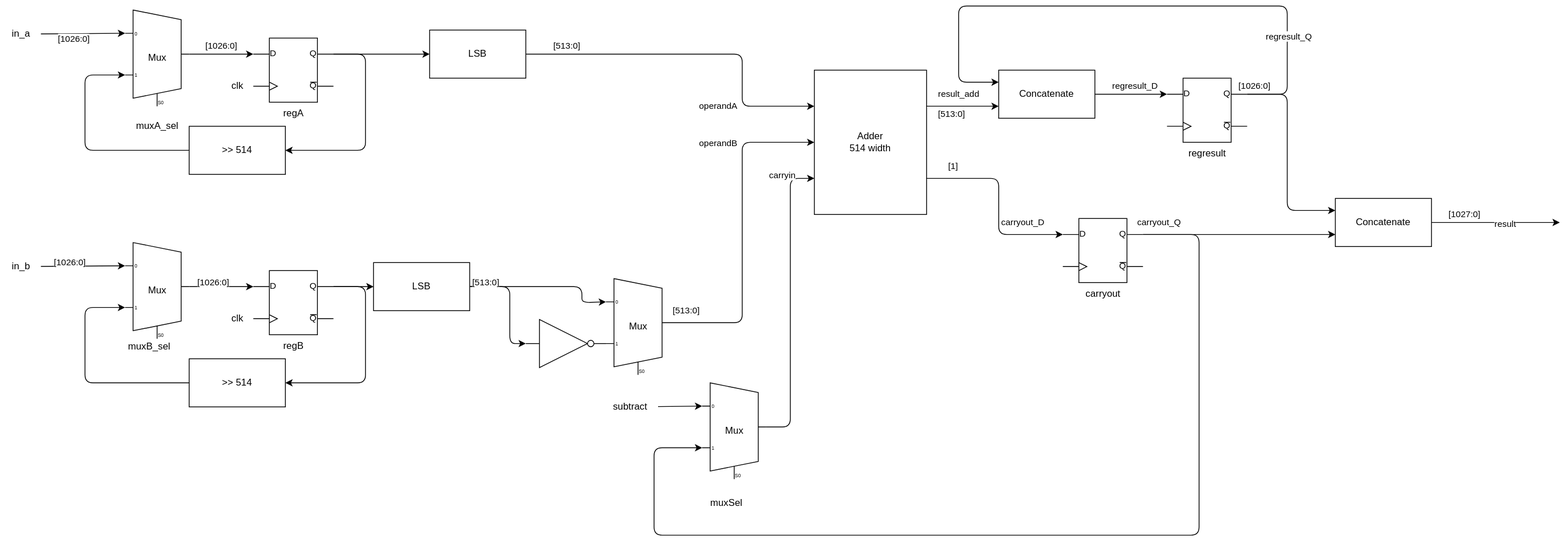
This is report/adder.svg from Tfloow/Montgomery, a draw.io export, as it was before one commit. Source tidied: cells renumbered, new cells last; positions are measured from the earlier drawing's top-left corner, leaving out a move shared by most shapes.
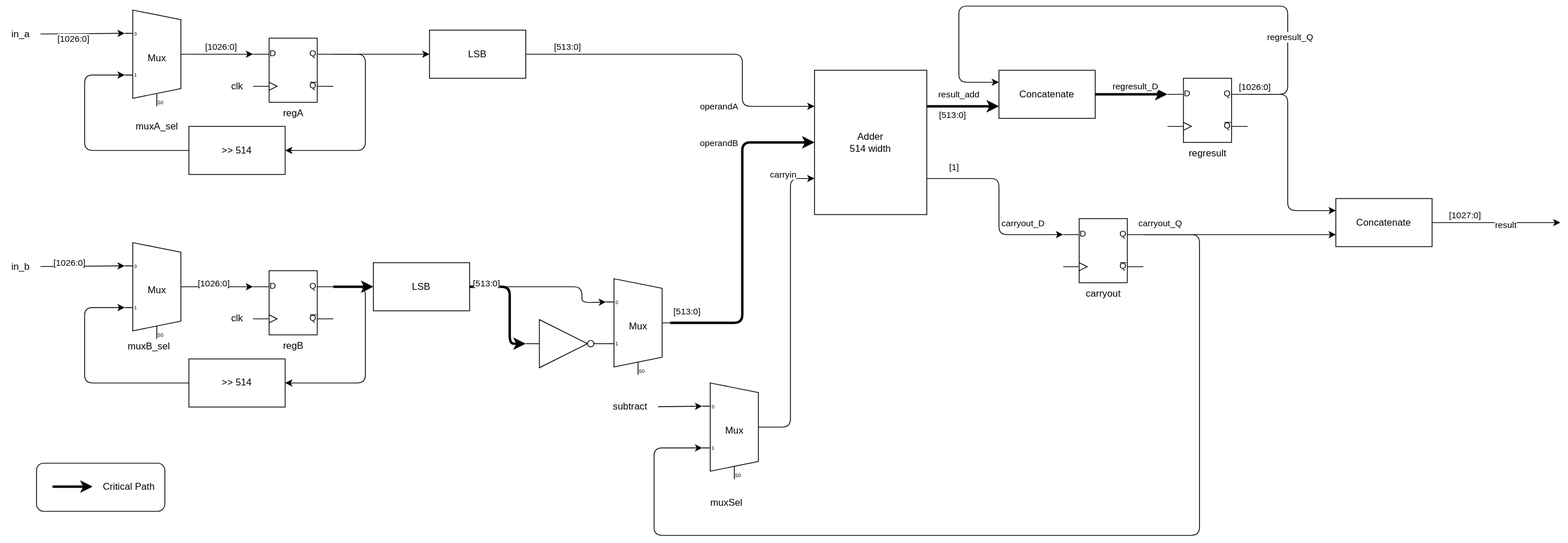
The same diagram one commit later.

Diff of the diagram source:
```diff
@@ -69,7 +69,7 @@
     <mxCell id="16" value="LSB" style="whiteSpace=wrap;html=1;" parent="1" vertex="1">
       <mxGeometry x="535" y="30" width="120" height="60" as="geometry" />
     </mxCell>
-    <mxCell id="17" value="result_add" style="edgeStyle=none;html=1;exitX=1;exitY=0.25;exitDx=0;exitDy=0;entryX=0;entryY=0.75;entryDx=0;entryDy=0;" parent="1" edge="1" source="22" target="26">
+    <mxCell id="17" value="result_add" style="edgeStyle=none;html=1;exitX=1;exitY=0.25;exitDx=0;exitDy=0;entryX=0;entryY=0.75;entryDx=0;entryDy=0;strokeWidth=3;" parent="1" edge="1" source="22" target="26">
       <mxGeometry x="-0.11" y="15" relative="1" as="geometry" />
     </mxCell>
     <mxCell id="18" value="[513:0]" style="edgeLabel;html=1;align=center;verticalAlign=middle;" parent="17" vertex="1">
@@ -98,7 +98,7 @@
     <mxCell id="22" value="Adder&lt;br&gt;514 width" style="whiteSpace=wrap;html=1;" parent="1" vertex="1">
       <mxGeometry x="1015" y="80" width="140" height="180" as="geometry" />
     </mxCell>
-    <mxCell id="23" value="regresult_D" style="edgeStyle=none;html=1;entryX=0;entryY=0.25;entryDx=0;entryDy=0;entryPerimeter=0;" parent="1" edge="1" source="26" target="29">
+    <mxCell id="23" value="regresult_D" style="edgeStyle=none;html=1;entryX=0;entryY=0.25;entryDx=0;entryDy=0;entryPerimeter=0;strokeWidth=3;" parent="1" edge="1" source="26" target="29">
       <mxGeometry x="0.11" y="10" relative="1" as="geometry" />
     </mxCell>
     <mxCell id="24" style="edgeStyle=none;html=1;entryX=0;entryY=0.25;entryDx=0;entryDy=0;exitX=1;exitY=0.25;exitDx=0;exitDy=0;exitPerimeter=0;" parent="1" edge="1" source="29" target="26">
@@ -189,7 +189,7 @@
         </Array>
       </mxGeometry>
     </mxCell>
-    <mxCell id="42" style="edgeStyle=none;html=1;exitX=1;exitY=0.25;exitDx=0;exitDy=0;exitPerimeter=0;entryX=0;entryY=0.5;entryDx=0;entryDy=0;" parent="1" edge="1" source="43" target="53">
+    <mxCell id="42" style="edgeStyle=none;html=1;exitX=1;exitY=0.25;exitDx=0;exitDy=0;exitPerimeter=0;entryX=0;entryY=0.5;entryDx=0;entryDy=0;strokeWidth=3;" parent="1" edge="1" source="43" target="53">
       <mxGeometry relative="1" as="geometry" />
     </mxCell>
     <mxCell id="43" value="regB" style="verticalLabelPosition=bottom;shadow=0;dashed=0;align=center;html=1;verticalAlign=top;shape=mxgraph.electrical.logic_gates.d_type_flip-flop;" parent="1" vertex="1">
@@ -220,7 +220,7 @@
     <mxCell id="49" value="clk" style="text;html=1;align=center;verticalAlign=middle;strokeColor=none;fillColor=none;" parent="1" vertex="1">
       <mxGeometry x="275" y="375" width="40" height="30" as="geometry" />
     </mxCell>
-    <mxCell id="50" style="edgeStyle=none;html=1;entryX=0;entryY=0.5;entryDx=0;entryDy=0;entryPerimeter=0;exitX=1;exitY=0.5;exitDx=0;exitDy=0;" parent="1" edge="1" source="53" target="54">
+    <mxCell id="50" style="edgeStyle=none;html=1;entryX=0;entryY=0.5;entryDx=0;entryDy=0;entryPerimeter=0;exitX=1;exitY=0.5;exitDx=0;exitDy=0;strokeWidth=3;" parent="1" edge="1" source="53" target="54">
       <mxGeometry relative="1" as="geometry">
         <Array as="points">
           <mxPoint x="635" y="350" />
@@ -247,7 +247,7 @@
     <mxCell id="54" style="verticalLabelPosition=bottom;shadow=0;dashed=0;align=center;html=1;verticalAlign=top;shape=mxgraph.electrical.logic_gates.inverter_2;" parent="1" vertex="1">
       <mxGeometry x="655" y="391" width="100" height="60" as="geometry" />
     </mxCell>
-    <mxCell id="55" style="edgeStyle=none;html=1;exitX=1;exitY=0.5;exitDx=0;exitDy=-5;exitPerimeter=0;entryX=0;entryY=0.5;entryDx=0;entryDy=0;" parent="1" edge="1" source="58" target="22">
+    <mxCell id="55" style="edgeStyle=none;html=1;exitX=1;exitY=0.5;exitDx=0;exitDy=-5;exitPerimeter=0;entryX=0;entryY=0.5;entryDx=0;entryDy=0;strokeWidth=3;" parent="1" edge="1" source="58" target="22">
       <mxGeometry relative="1" as="geometry">
         <Array as="points">
           <mxPoint x="925" y="395" />
@@ -299,5 +299,17 @@
     <mxCell id="66" value="muxB_sel" style="text;html=1;align=center;verticalAlign=middle;strokeColor=none;fillColor=none;" parent="1" vertex="1">
       <mxGeometry x="145" y="410" width="80" height="30" as="geometry" />
     </mxCell>
+    <mxCell id="67" style="rounded=1;whiteSpace=wrap;html=1;align=right;" parent="1" vertex="1">
+      <mxGeometry x="45" y="570" width="160" height="60" as="geometry" />
+    </mxCell>
+    <mxCell id="68" style="edgeStyle=none;html=1;exitX=1;exitY=0.25;exitDx=0;exitDy=0;exitPerimeter=0;entryX=0;entryY=0.5;entryDx=0;entryDy=0;strokeWidth=3;" parent="1" edge="1">
+      <mxGeometry relative="1" as="geometry">
+        <mxPoint x="65" y="599.3" as="sourcePoint" />
+        <mxPoint x="115" y="599.3" as="targetPoint" />
+      </mxGeometry>
+    </mxCell>
+    <mxCell id="69" value="Critical Path" style="text;html=1;align=center;verticalAlign=middle;strokeColor=none;fillColor=none;" parent="1" vertex="1">
+      <mxGeometry x="115" y="585" width="90" height="30" as="geometry" />
+    </mxCell>
   </root>
 </mxGraphModel>
```
